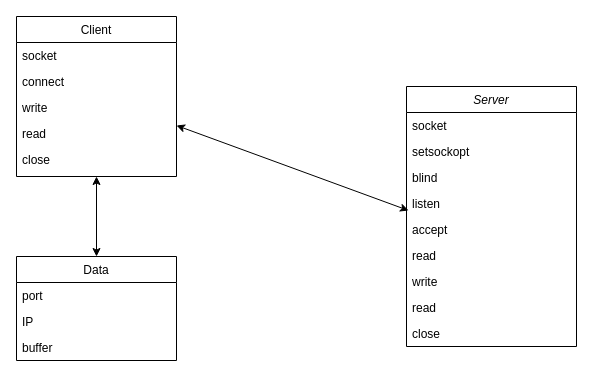
Earlier version of the draw.io diagram 제목 없는 다이어그램.drawio (Buppong/MFC_Begineer). Source tidied: cells renumbered, new cells numbered last; positions are measured from the earlier drawing's top-left corner, leaving out a move shared by most shapes. Both pictures are drawn from the tidied source at 100%, with x=0, y=0 at pixel (16, 16).
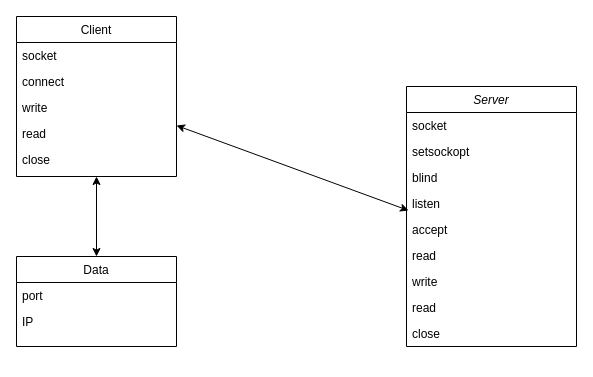
The same page after the edit.

What changed in the source:
```diff
@@
     <mxCell id="18" value="Data" style="swimlane;fontStyle=0;align=center;verticalAlign=top;horizontal=1;startSize=26;rounded=0;shadow=0;strokeWidth=1;" parent="1" vertex="1">
-      <mxGeometry y="240" width="160" height="104" as="geometry" />
+      <mxGeometry y="240" width="160" height="90" as="geometry" />
     </mxCell>
@@
-    <mxCell id="21" value="buffer" style="text;align=left;verticalAlign=top;spacingLeft=4;spacingRight=4;overflow=hidden;rounded=0;shadow=0;html=0;" parent="18" vertex="1">
-      <mxGeometry y="78" width="160" height="26" as="geometry" />
-    </mxCell>
```
